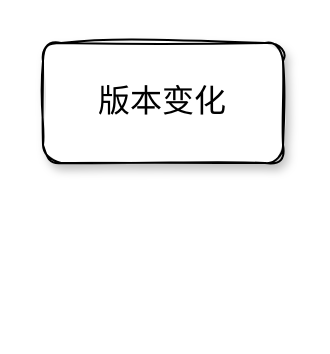
xiaobinqt/diagrmas keeps this draw.io diagram as page "Page-10" (10 of 10) of Untitled Diagram.drawio. Above is the earlier version. Source tidied: cells renumbered, new cells numbered last; positions are measured from the earlier drawing's top-left corner, leaving out a move shared by most shapes. Both pictures are drawn from the tidied source at 200%, with x=0, y=0 at pixel (42, 42).
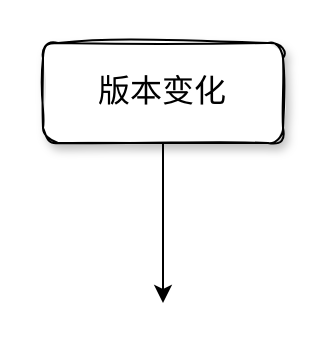
After the change.

The edit, as a diff of the source:
```diff
@@
 <mxGraphModel>
   <root>
     <mxCell id="0" />
     <mxCell id="1" parent="0" />
+    <mxCell id="3" style="edgeStyle=none;rounded=0;jettySize=auto;html=1;exitX=0.5;exitY=1;exitDx=0;exitDy=0;fontFamily=Comic Sans MS;fontSize=16;" parent="1" edge="1" source="2">
+      <mxGeometry relative="1" as="geometry">
+        <mxPoint x="60" y="130" as="targetPoint" />
+      </mxGeometry>
+    </mxCell>
     <mxCell id="2" value="版本变化" style="rounded=1;whiteSpace=wrap;html=1;strokeWidth=1;shadow=1;sketch=1;fontFamily=Comic Sans MS;fontSize=16;" parent="1" vertex="1">
-      <mxGeometry width="120" height="60" as="geometry" />
+      <mxGeometry width="120" height="50" as="geometry" />
     </mxCell>
   </root>
 </mxGraphModel>
```
